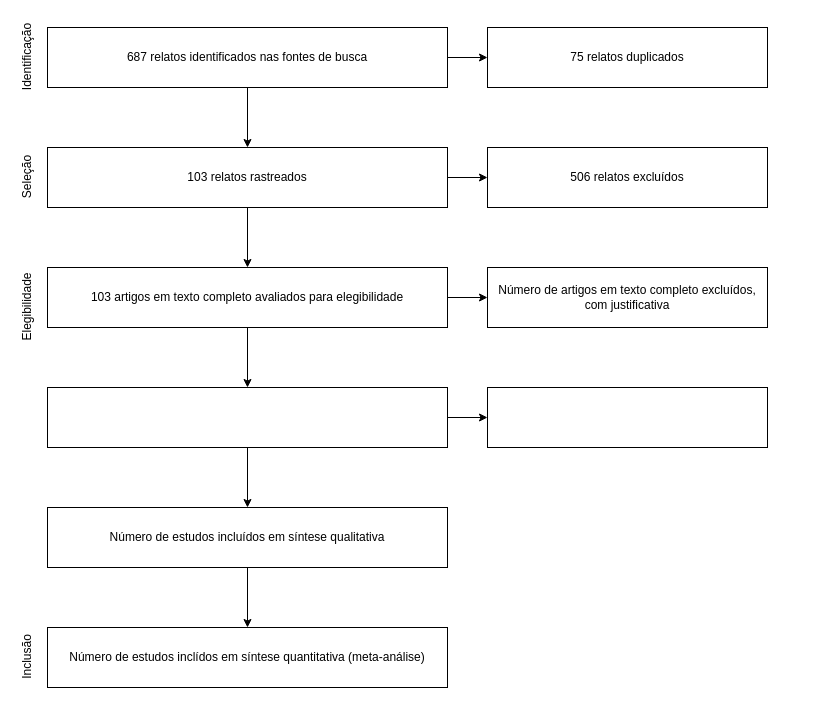
This is Untitled Diagram.drawio from liviafernanda/testes, a draw.io file, before an edit. Source tidied: cells renumbered, new cells numbered last; positions are measured from the earlier drawing's top-left corner, leaving out a move shared by most shapes. Both pictures are drawn from the tidied source at 100%, with x=0, y=0 at pixel (-18, 27).
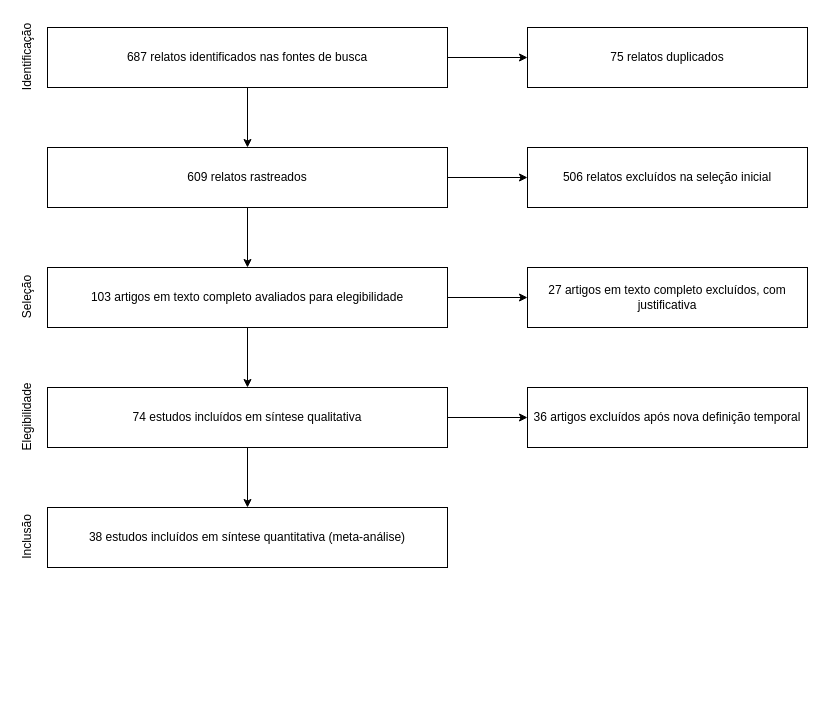
The same diagram, later.

Unchanged cells that the change refers to:
```xml
<mxCell id="4" value="687 relatos identificados nas fontes de busca " style="rounded=0;whiteSpace=wrap;html=1;" parent="1" vertex="1">
  <mxGeometry x="65" width="400" height="60" as="geometry" />
</mxCell>
<mxCell id="14" value="103 artigos em texto completo avaliados para elegibilidade" style="whiteSpace=wrap;html=1;rounded=0;" parent="1" vertex="1">
  <mxGeometry x="65" y="240" width="400" height="60" as="geometry" />
</mxCell>
```

What changed in the source:
```diff
@@
+    <mxCell id="3" style="edgeStyle=orthogonalEdgeStyle;rounded=0;jettySize=auto;html=1;fontFamily=Helvetica;" parent="1" edge="1" source="4" target="21">
+      <mxGeometry relative="1" as="geometry" />
+    </mxCell>
-    <mxCell id="2" style="edgeStyle=orthogonalEdgeStyle;rounded=0;jettySize=auto;html=1;entryX=0.5;entryY=0;entryDx=0;entryDy=0;" parent="1" edge="1" source="4" target="9">
+    <mxCell id="2" style="edgeStyle=orthogonalEdgeStyle;rounded=0;jettySize=auto;html=1;fontFamily=Helvetica;" parent="1" edge="1" source="4" target="9">
       <mxGeometry relative="1" as="geometry" />
     </mxCell>
-    <mxCell id="3" style="edgeStyle=orthogonalEdgeStyle;rounded=0;jettySize=auto;html=1;fontFamily=Helvetica;" parent="1" edge="1" source="4" target="21">
-      <mxGeometry relative="1" as="geometry" />
-    </mxCell>
@@
-    <mxCell id="9" value="103 relatos rastreados" style="whiteSpace=wrap;html=1;rounded=0;" parent="1" vertex="1">
+    <mxCell id="9" value="609 relatos rastreados" style="whiteSpace=wrap;html=1;rounded=0;" parent="1" vertex="1">
       <mxGeometry x="65" y="120" width="400" height="60" as="geometry" />
     </mxCell>
-    <mxCell id="10" value="506 relatos excluídos" style="whiteSpace=wrap;html=1;rounded=0;" parent="1" vertex="1">
-      <mxGeometry x="505" y="120" width="280" height="60" as="geometry" />
+    <mxCell id="10" value="506 relatos excluídos na seleção inicial" style="whiteSpace=wrap;html=1;rounded=0;" parent="1" vertex="1">
+      <mxGeometry x="545" y="120" width="280" height="60" as="geometry" />
     </mxCell>
     <mxCell id="11" value="Elegibilidade" style="text;html=1;align=center;verticalAlign=middle;fontFamily=Helvetica;rotation=270;" parent="1" vertex="1">
-      <mxGeometry y="270" width="90" height="20" as="geometry" />
+      <mxGeometry y="380" width="90" height="20" as="geometry" />
     </mxCell>
@@
-    <mxCell id="13" style="edgeStyle=orthogonalEdgeStyle;rounded=0;jettySize=auto;html=1;fontFamily=Helvetica;" parent="1" edge="1" source="14" target="24">
-      <mxGeometry relative="1" as="geometry" />
-    </mxCell>
+    <mxCell id="26" style="edgeStyle=orthogonalEdgeStyle;rounded=0;jettySize=auto;html=1;fontFamily=Helvetica;" parent="1" edge="1" source="14" target="17">
+      <mxGeometry relative="1" as="geometry" />
+    </mxCell>
@@
-    <mxCell id="15" value="Número de artigos em texto completo excluídos, com justificativa" style="whiteSpace=wrap;html=1;rounded=0;" parent="1" vertex="1">
-      <mxGeometry x="505" y="240" width="280" height="60" as="geometry" />
+    <mxCell id="15" value="27 artigos em texto completo excluídos, com justificativa" style="whiteSpace=wrap;html=1;rounded=0;" parent="1" vertex="1">
+      <mxGeometry x="545" y="240" width="280" height="60" as="geometry" />
     </mxCell>
@@
+    <mxCell id="27" style="edgeStyle=orthogonalEdgeStyle;rounded=0;jettySize=auto;html=1;fontFamily=Helvetica;" parent="1" edge="1" source="17" target="28">
+      <mxGeometry relative="1" as="geometry" />
+    </mxCell>
-    <mxCell id="17" value="Número de estudos incluídos em síntese qualitativa" style="whiteSpace=wrap;html=1;rounded=0;" parent="1" vertex="1">
-      <mxGeometry x="65" y="480" width="400" height="60" as="geometry" />
+    <mxCell id="17" value="74 estudos incluídos em síntese qualitativa" style="whiteSpace=wrap;html=1;rounded=0;" parent="1" vertex="1">
+      <mxGeometry x="65" y="360" width="400" height="60" as="geometry" />
     </mxCell>
-    <mxCell id="18" value="Número de estudos inclídos em síntese quantitativa (meta-análise)" style="whiteSpace=wrap;html=1;rounded=0;" parent="1" vertex="1">
-      <mxGeometry x="65" y="600" width="400" height="60" as="geometry" />
+    <mxCell id="18" value="38 estudos incluídos em síntese quantitativa (meta-análise)" style="whiteSpace=wrap;html=1;rounded=0;" parent="1" vertex="1">
+      <mxGeometry x="65" y="480" width="400" height="60" as="geometry" />
     </mxCell>
     <mxCell id="19" value="Seleção" style="text;html=1;align=center;verticalAlign=middle;fontFamily=Helvetica;rotation=270;" parent="1" vertex="1">
-      <mxGeometry x="15" y="140" width="60" height="20" as="geometry" />
+      <mxGeometry x="15" y="260" width="60" height="20" as="geometry" />
     </mxCell>
     <mxCell id="20" value="Inclusão" style="text;html=1;align=center;verticalAlign=middle;fontFamily=Helvetica;rotation=270;" parent="1" vertex="1">
-      <mxGeometry x="15" y="620" width="60" height="20" as="geometry" />
+      <mxGeometry x="15" y="500" width="60" height="20" as="geometry" />
     </mxCell>
     <mxCell id="21" value="75 relatos duplicados" style="whiteSpace=wrap;html=1;rounded=0;" parent="1" vertex="1">
-      <mxGeometry x="505" width="280" height="60" as="geometry" />
+      <mxGeometry x="545" width="280" height="60" as="geometry" />
     </mxCell>
-    <mxCell id="22" style="edgeStyle=orthogonalEdgeStyle;rounded=0;jettySize=auto;html=1;fontFamily=Helvetica;" parent="1" edge="1" source="24" target="17">
-      <mxGeometry relative="1" as="geometry" />
-    </mxCell>
-    <mxCell id="23" style="edgeStyle=orthogonalEdgeStyle;rounded=0;jettySize=auto;html=1;fontFamily=Helvetica;" parent="1" edge="1" source="24" target="25">
-      <mxGeometry relative="1" as="geometry" />
-    </mxCell>
-    <mxCell id="24" style="whiteSpace=wrap;html=1;rounded=0;" parent="1" vertex="1">
-      <mxGeometry x="65" y="360" width="400" height="60" as="geometry" />
-    </mxCell>
-    <mxCell id="25" style="whiteSpace=wrap;html=1;rounded=0;" parent="1" vertex="1">
-      <mxGeometry x="505" y="360" width="280" height="60" as="geometry" />
-    </mxCell>
+    <mxCell id="28" value="36 artigos excluídos após nova definição temporal" style="whiteSpace=wrap;html=1;rounded=0;" parent="1" vertex="1">
+      <mxGeometry x="545" y="360" width="280" height="60" as="geometry" />
+    </mxCell>
```
